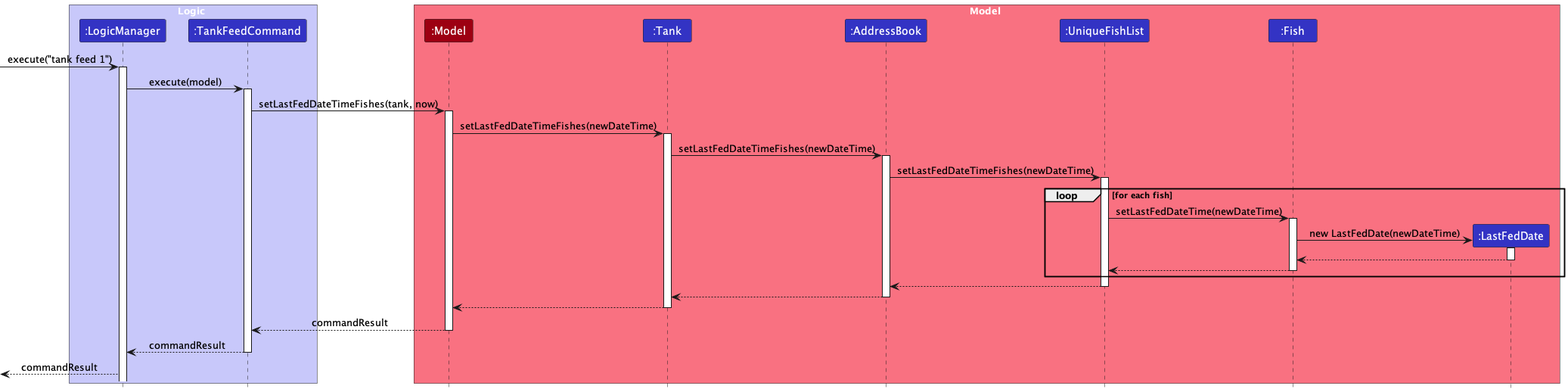
This is docs/images/TankFeedDiagram.png from nus-cs2103-AY2223S2/tp, a PlantUML export, as it was before one commit. The source it was exported from:
```plantuml
@startuml
!include style.puml

box Logic LOGIC_COLOR_T1
participant ":LogicManager" as LogicManager LOGIC_COLOR
participant ":TankFeedCommand" as TankFeedCommand LOGIC_COLOR
end box

box Model MODEL_COLOR_T1
participant ":Model" as Model MODEL_COLOR
participant ":Tank" as Tank LOGIC_COLOR
participant ":AddressBook" as AddressBook LOGIC_COLOR
participant ":UniqueFishList" as UFL LOGIC_COLOR
participant ":Fish" as Fish LOGIC_COLOR
participant ":LastFedDate" as LFD LOGIC_COLOR
end box

[-> LogicManager : execute("tank feed 1")
activate LogicManager

LogicManager -> TankFeedCommand : execute(model)
activate TankFeedCommand

TankFeedCommand -> Model : setLastFedDateTimeFishes(tank, now)
activate Model

Model -> Tank : setLastFedDateTimeFishes(newDateTime)
activate Tank

Tank -> AddressBook : setLastFedDateTimeFishes(newDateTime)
activate AddressBook

AddressBook -> UFL : setLastFedDateTimeFishes(newDateTime)
activate UFL

loop for each fish
    UFL -> Fish : setLastFedDateTime(newDateTime)
    activate Fish

    create LFD
    Fish -> LFD : new LastFedDate(newDateTime)
    activate LFD

    LFD --> Fish :
    deactivate LFD

    Fish --> UFL :
    deactivate Fish
end

UFL --> AddressBook :
deactivate UFL

AddressBook --> Tank :
deactivate AddressBook

Tank --> Model :
deactivate Tank


Model --> TankFeedCommand : commandResult
deactivate Model

TankFeedCommand --> LogicManager : commandResult
deactivate TankFeedCommand

[<-- LogicManager : commandResult


@enduml
```
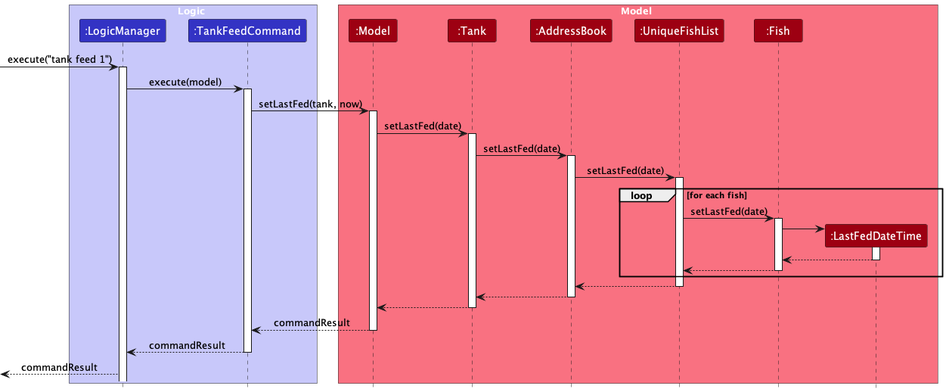
Above is the later version.

Commit message:
Made diagram smaller

Change to the diagram source:
```diff
@@ -8,11 +8,11 @@
 
 box Model MODEL_COLOR_T1
 participant ":Model" as Model MODEL_COLOR
-participant ":Tank" as Tank LOGIC_COLOR
-participant ":AddressBook" as AddressBook LOGIC_COLOR
-participant ":UniqueFishList" as UFL LOGIC_COLOR
-participant ":Fish" as Fish LOGIC_COLOR
-participant ":LastFedDate" as LFD LOGIC_COLOR
+participant ":Tank" as Tank MODEL_COLOR
+participant ":AddressBook" as AddressBook MODEL_COLOR
+participant ":UniqueFishList" as UFL MODEL_COLOR
+participant ":Fish" as Fish MODEL_COLOR
+participant ":LastFedDateTime" as LFDT MODEL_COLOR
 end box
 
 [-> LogicManager : execute("tank feed 1")
@@ -21,28 +21,28 @@
 LogicManager -> TankFeedCommand : execute(model)
 activate TankFeedCommand
 
-TankFeedCommand -> Model : setLastFedDateTimeFishes(tank, now)
+TankFeedCommand -> Model : setLastFed(tank, now)
 activate Model
 
-Model -> Tank : setLastFedDateTimeFishes(newDateTime)
+Model -> Tank : setLastFed(date)
 activate Tank
 
-Tank -> AddressBook : setLastFedDateTimeFishes(newDateTime)
+Tank -> AddressBook : setLastFed(date)
 activate AddressBook
 
-AddressBook -> UFL : setLastFedDateTimeFishes(newDateTime)
+AddressBook -> UFL : setLastFed(date)
 activate UFL
 
 loop for each fish
-    UFL -> Fish : setLastFedDateTime(newDateTime)
+    UFL -> Fish : setLastFed(date)
     activate Fish
 
-    create LFD
-    Fish -> LFD : new LastFedDate(newDateTime)
-    activate LFD
+    create LFDT
+    Fish -> LFDT :
+    activate LFDT
 
-    LFD --> Fish :
-    deactivate LFD
+    LFDT --> Fish :
+    deactivate LFDT
 
     Fish --> UFL :
     deactivate Fish
@@ -65,6 +65,4 @@
 deactivate TankFeedCommand
 
 [<-- LogicManager : commandResult
-
-
 @enduml
```
